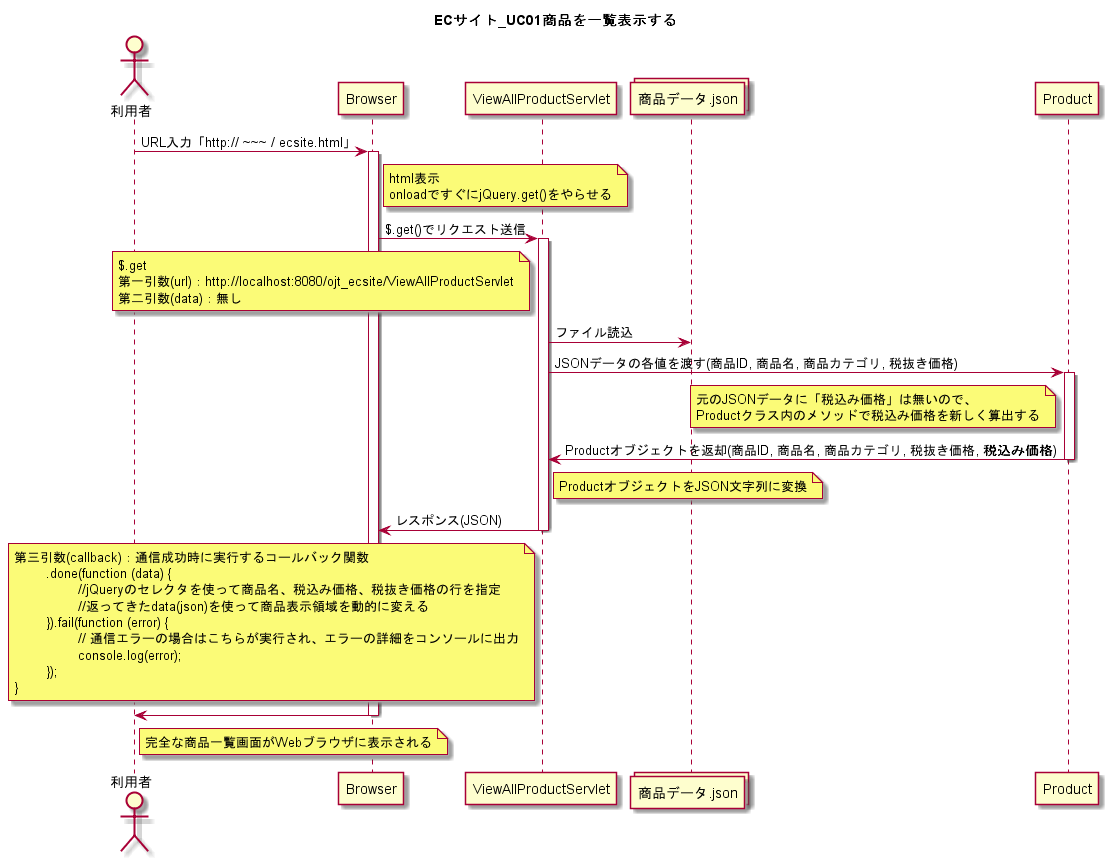
Before: UML/ECサイト_UC01商品を一覧表示する.png, a diagram exported from PlantUML (wnakayama/ojt_ecsite).
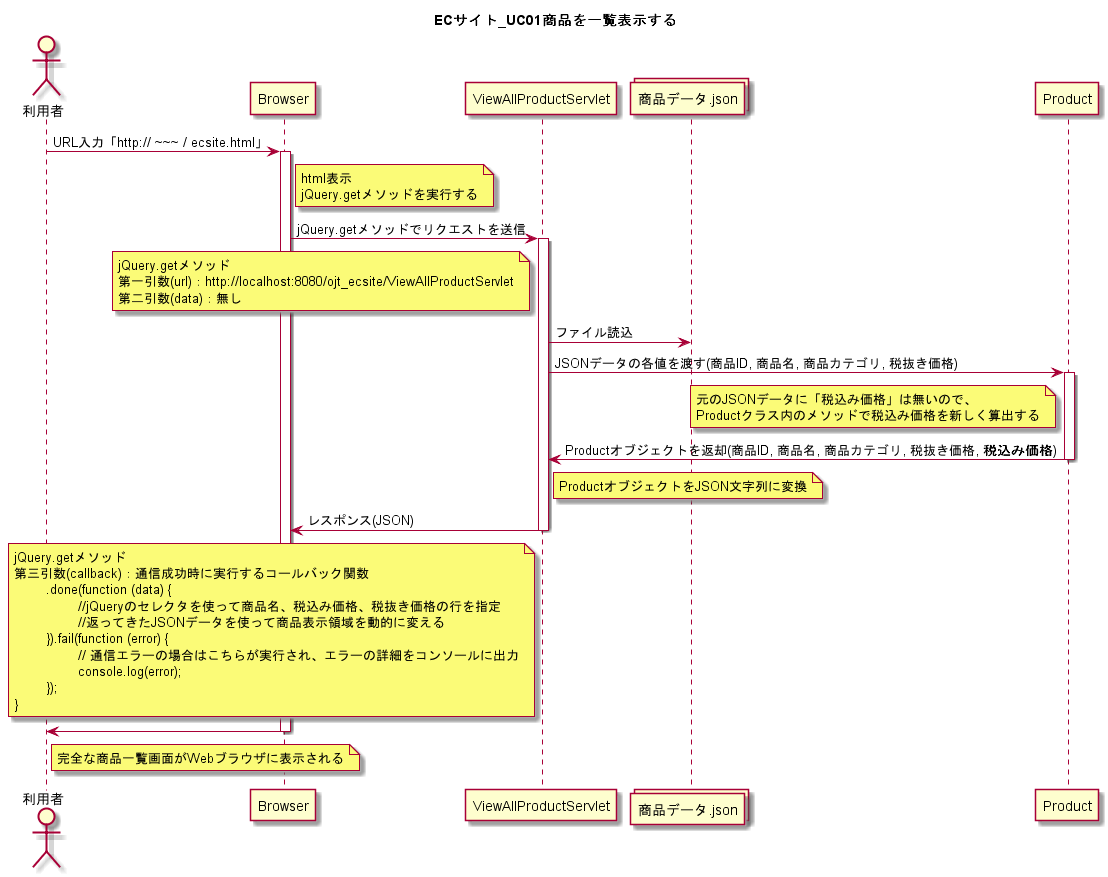
After the commit.

Change to the diagram source:
```diff
@@ -7,14 +7,14 @@
 activate Browser
 note right of Browser
 html表示
-onloadですぐにjQuery.get()をやらせる
+jQuery.getメソッドを実行する
 end note
 
-Browser -> ViewAllProductServlet : $.get()でリクエスト送信
+Browser -> ViewAllProductServlet : jQuery.getメソッドでリクエストを送信
 activate ViewAllProductServlet
 
 note left of ViewAllProductServlet
-$.get
+jQuery.getメソッド
 第一引数(url)：http://localhost:8080/ojt_ecsite/ViewAllProductServlet
 第二引数(data)：無し
 end note
@@ -39,10 +39,11 @@
 Browser <- ViewAllProductServlet : レスポンス(JSON)
 
 note left of ViewAllProductServlet
+jQuery.getメソッド
 第三引数(callback)：通信成功時に実行するコールバック関数
 	.done(function (data) {
 		//jQueryのセレクタを使って商品名、税込み価格、税抜き価格の行を指定
-    		//返ってきたdata(json)を使って商品表示領域を動的に変える
+    		//返ってきたJSONデータを使って商品表示領域を動的に変える
 	}).fail(function (error) {
 		// 通信エラーの場合はこちらが実行され、エラーの詳細をコンソールに出力
 		console.log(error);
```
